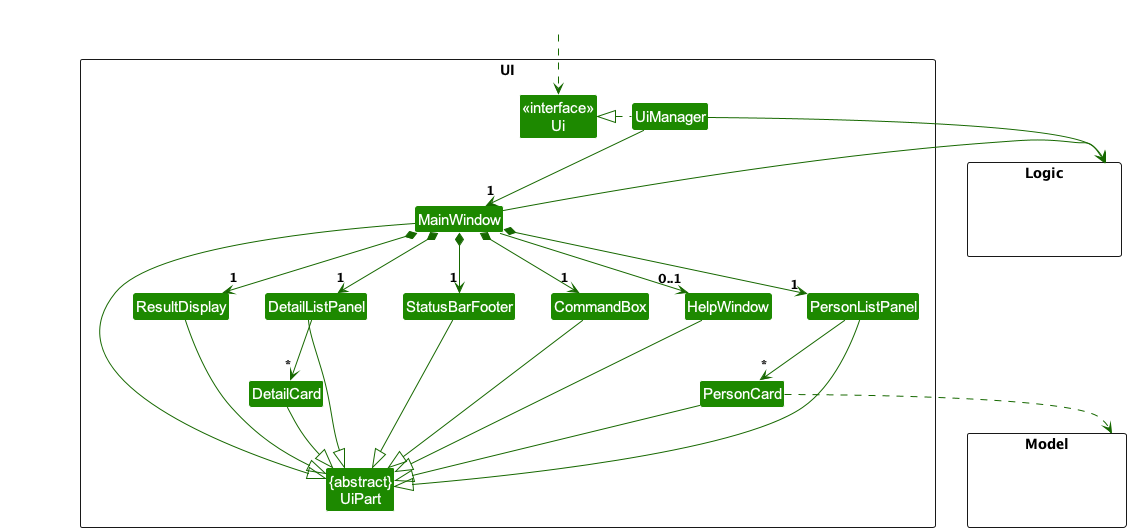
The PlantUML diagram docs/images/UiClassDiagram.png in tanqinyong/tp, before a commit. Source of this version:
```plantuml
@startuml
!include style.puml
skinparam arrowThickness 1.0
skinparam arrowColor UI_COLOR_T3
skinparam classBackgroundColor UI_COLOR

package UI <<Rectangle>>{
Class "<<interface>>\nUi" as Ui
Class "{abstract}\nUiPart" as UiPart
Class UiManager
Class MainWindow
Class HelpWindow
Class ResultDisplay
Class PersonListPanel
Class PersonCard
Class StatusBarFooter
Class CommandBox
Class DetailListPanel
Class DetailCard
}

package Model <<Rectangle>> {
Class HiddenModel #FFFFFF
}

package Logic <<Rectangle>> {
Class HiddenLogic #FFFFFF
}

Class HiddenOutside #FFFFFF
HiddenOutside ..> Ui

UiManager .left.|> Ui
UiManager -down-> "1" MainWindow
MainWindow *-down->  "1" CommandBox
MainWindow *-down-> "1" ResultDisplay
MainWindow *-down-> "1" PersonListPanel
MainWindow *-right-> "1" DetailListPanel
MainWindow *-down-> "1" StatusBarFooter
MainWindow --> "0..1" HelpWindow

DetailListPanel -down-> "*" DetailCard

PersonListPanel -down-> "*" PersonCard

MainWindow -left-|> UiPart

ResultDisplay --|> UiPart
CommandBox --|> UiPart
PersonListPanel --|> UiPart
PersonCard --|> UiPart
StatusBarFooter --|> UiPart
HelpWindow --|> UiPart
DetailListPanel --|> UiPart
DetailCard --|> UiPart

PersonCard ..> Model
UiManager -right-> Logic
MainWindow -left-> Logic

PersonListPanel -[hidden]left- HelpWindow
HelpWindow -[hidden]left- CommandBox
CommandBox -[hidden]left- ResultDisplay
ResultDisplay -[hidden]left- StatusBarFooter
ResultDisplay -[hidden]left- CommandBox

MainWindow -[hidden]-|> UiPart
MainWindow -[hidden]-|> UiPart
DetailListPanel -[hidden]-|> UiPart
DetailCard -[Hidden]-|> UiPart
PersonCard -[Hidden]-|> HelpWindow
@enduml
```
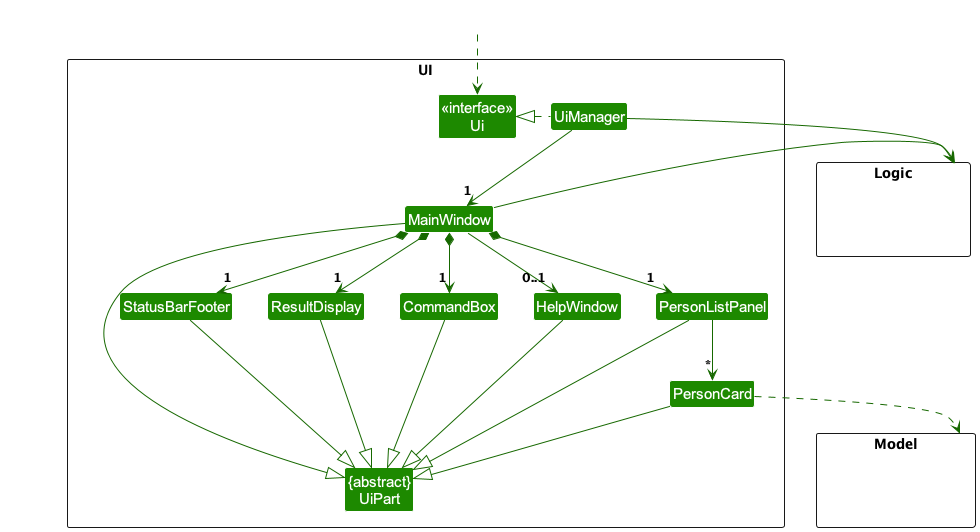
After the change.

Commit message:
Update mockup and class diagram images for revised Ui

Diff of the diagram source:
```diff
@@ -15,8 +15,6 @@
 Class PersonCard
 Class StatusBarFooter
 Class CommandBox
-Class DetailListPanel
-Class DetailCard
 }
 
 package Model <<Rectangle>> {
@@ -35,11 +33,8 @@
 MainWindow *-down->  "1" CommandBox
 MainWindow *-down-> "1" ResultDisplay
 MainWindow *-down-> "1" PersonListPanel
-MainWindow *-right-> "1" DetailListPanel
 MainWindow *-down-> "1" StatusBarFooter
 MainWindow --> "0..1" HelpWindow
-
-DetailListPanel -down-> "*" DetailCard
 
 PersonListPanel -down-> "*" PersonCard
 
@@ -51,8 +46,6 @@
 PersonCard --|> UiPart
 StatusBarFooter --|> UiPart
 HelpWindow --|> UiPart
-DetailListPanel --|> UiPart
-DetailCard --|> UiPart
 
 PersonCard ..> Model
 UiManager -right-> Logic
@@ -62,11 +55,6 @@
 HelpWindow -[hidden]left- CommandBox
 CommandBox -[hidden]left- ResultDisplay
 ResultDisplay -[hidden]left- StatusBarFooter
-ResultDisplay -[hidden]left- CommandBox
 
 MainWindow -[hidden]-|> UiPart
-MainWindow -[hidden]-|> UiPart
-DetailListPanel -[hidden]-|> UiPart
-DetailCard -[Hidden]-|> UiPart
-PersonCard -[Hidden]-|> HelpWindow
 @enduml
```
